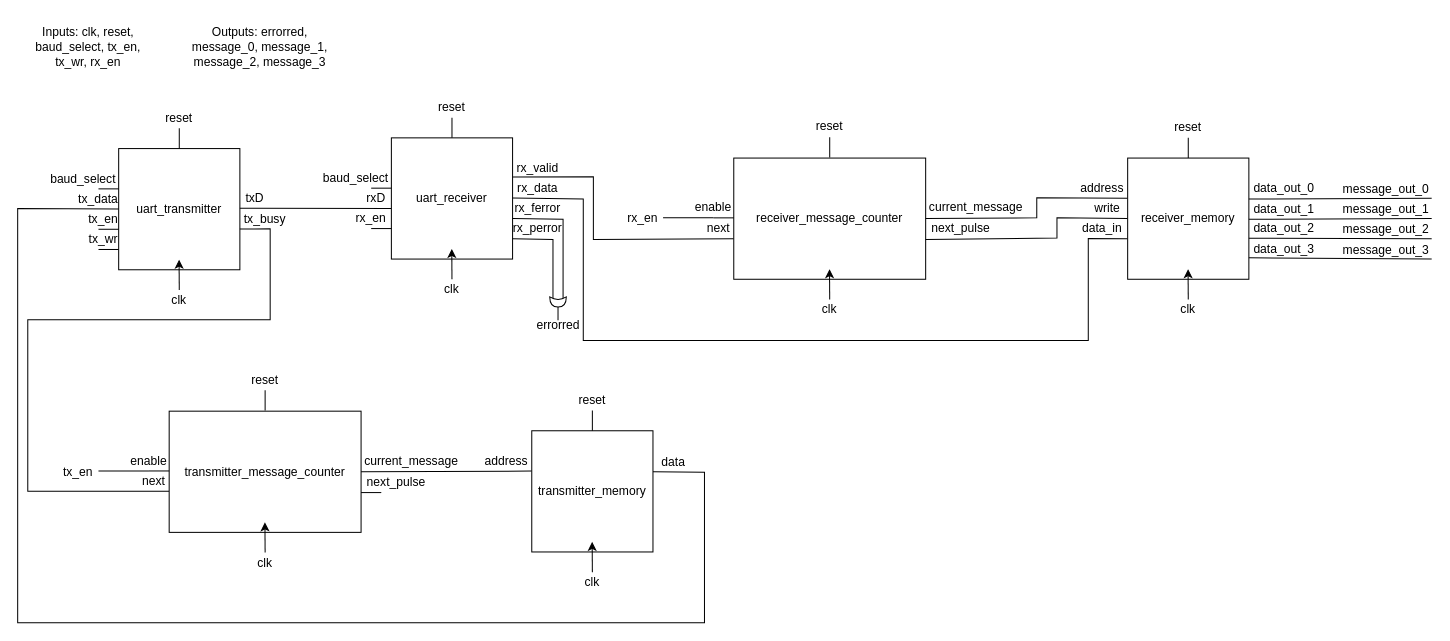
Earlier version of the draw.io diagram Lab2/part_d/diagrams/controller_dataflow.drawio (ACrispyCookie/ECE333-Digital-Systems-Lab). Source tidied: cells renumbered, new cells numbered last; positions are measured from the earlier drawing's top-left corner, leaving out a move shared by most shapes. Both pictures are drawn from the tidied source at 101%, with x=0, y=0 at pixel (17, 26).
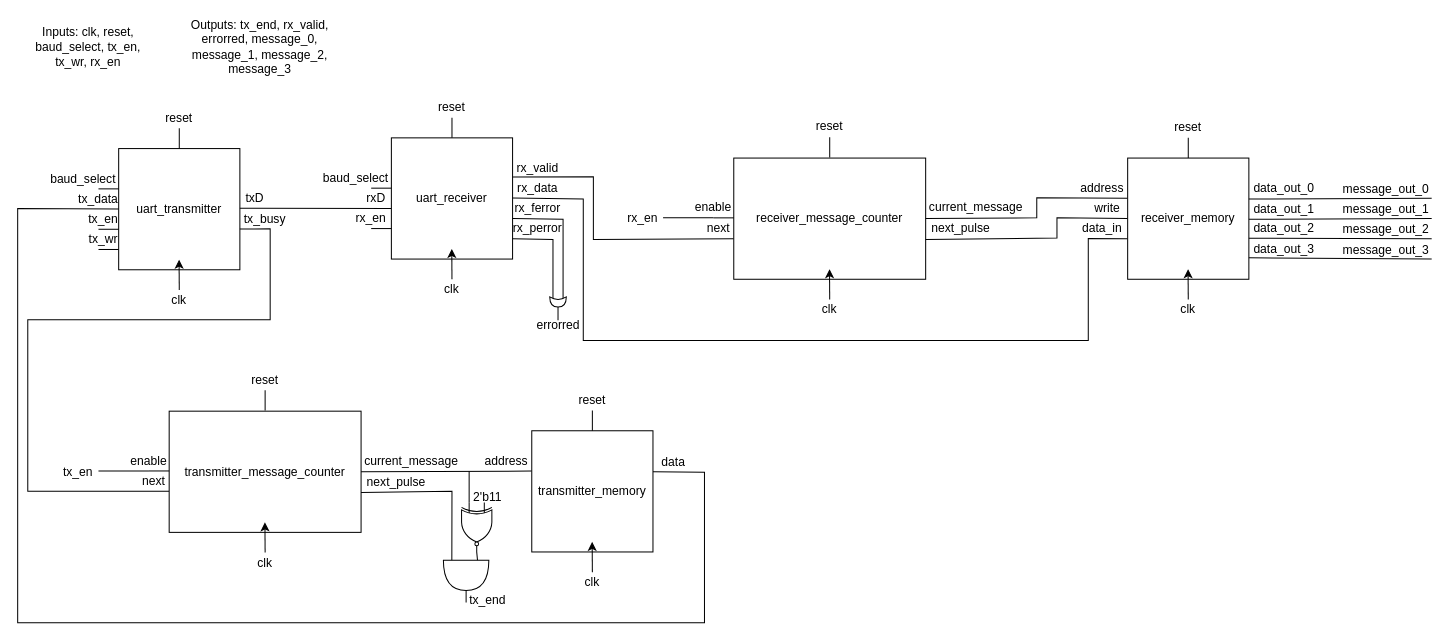
The same diagram, later.

What changed in the source:
```diff
@@
-    <mxCell id="3" value="Outputs: errorred, message_0, message_1, message_2, message_3" style="text;html=1;align=center;verticalAlign=middle;whiteSpace=wrap;rounded=0;" parent="1" vertex="1">
+    <mxCell id="3" value="Outputs: tx_end, rx_valid, errorred, message_0, message_1, message_2, message_3" style="text;html=1;align=center;verticalAlign=middle;whiteSpace=wrap;rounded=0;" parent="1" vertex="1">
       <mxGeometry x="170" width="140" height="40" as="geometry" />
     </mxCell>
@@
-    <mxCell id="43" style="endArrow=none;html=1;rounded=0;" parent="1" edge="1">
+    <mxCell id="43" style="endArrow=none;html=1;rounded=0;entryX=0.013;entryY=0.814;entryDx=0;entryDy=0;entryPerimeter=0;" parent="1" edge="1" target="100">
       <mxGeometry relative="1" as="geometry">
         <mxPoint x="340" y="461.2" as="sourcePoint" />
-        <mxPoint x="360" y="461.2" as="targetPoint" />
+        <Array as="points">
+          <mxPoint x="430" y="460" />
+        </Array>
       </mxGeometry>
     </mxCell>
@@
+    <mxCell id="97" style="endArrow=none;html=1;rounded=0;exitX=0;exitY=0.75;exitDx=0;exitDy=0;exitPerimeter=0;" parent="1" edge="1" source="98">
+      <mxGeometry relative="1" as="geometry">
+        <mxPoint x="447" y="440" as="targetPoint" />
+      </mxGeometry>
+    </mxCell>
+    <mxCell id="98" style="verticalLabelPosition=bottom;shadow=0;dashed=0;align=center;html=1;verticalAlign=top;shape=mxgraph.electrical.logic_gates.logic_gate;operation=xor;negating=1;negSize=0.15;rotation=90;" parent="1" vertex="1">
+      <mxGeometry x="430" y="480.5" width="49" height="30" as="geometry" />
+    </mxCell>
+    <mxCell id="99" value="2'b11" style="text;html=1;align=center;verticalAlign=middle;whiteSpace=wrap;rounded=0;" parent="1" vertex="1">
+      <mxGeometry x="450" y="460.5" width="31" height="10" as="geometry" />
+    </mxCell>
+    <mxCell id="100" style="shape=or;whiteSpace=wrap;html=1;rotation=90;" parent="1" vertex="1">
+      <mxGeometry x="429" y="520.6" width="30" height="45" as="geometry" />
+    </mxCell>
+    <mxCell id="101" style="edgeStyle=orthogonalEdgeStyle;rounded=0;jettySize=auto;html=1;exitX=1;exitY=0.5;exitDx=0;exitDy=0;exitPerimeter=0;entryX=0;entryY=0.25;entryDx=0;entryDy=0;entryPerimeter=0;endArrow=none;endFill=0;" parent="1" edge="1" source="98" target="100">
+      <mxGeometry relative="1" as="geometry" />
+    </mxCell>
+    <mxCell id="102" style="endArrow=none;html=1;rounded=0;entryX=1;entryY=0.5;entryDx=0;entryDy=0;entryPerimeter=0;" parent="1" edge="1" target="100">
+      <mxGeometry relative="1" as="geometry">
+        <mxPoint x="444" y="570" as="sourcePoint" />
+      </mxGeometry>
+    </mxCell>
+    <mxCell id="103" value="tx_end" style="text;html=1;align=center;verticalAlign=middle;whiteSpace=wrap;rounded=0;" parent="1" vertex="1">
+      <mxGeometry x="445" y="560" width="41" height="16" as="geometry" />
+    </mxCell>
```
